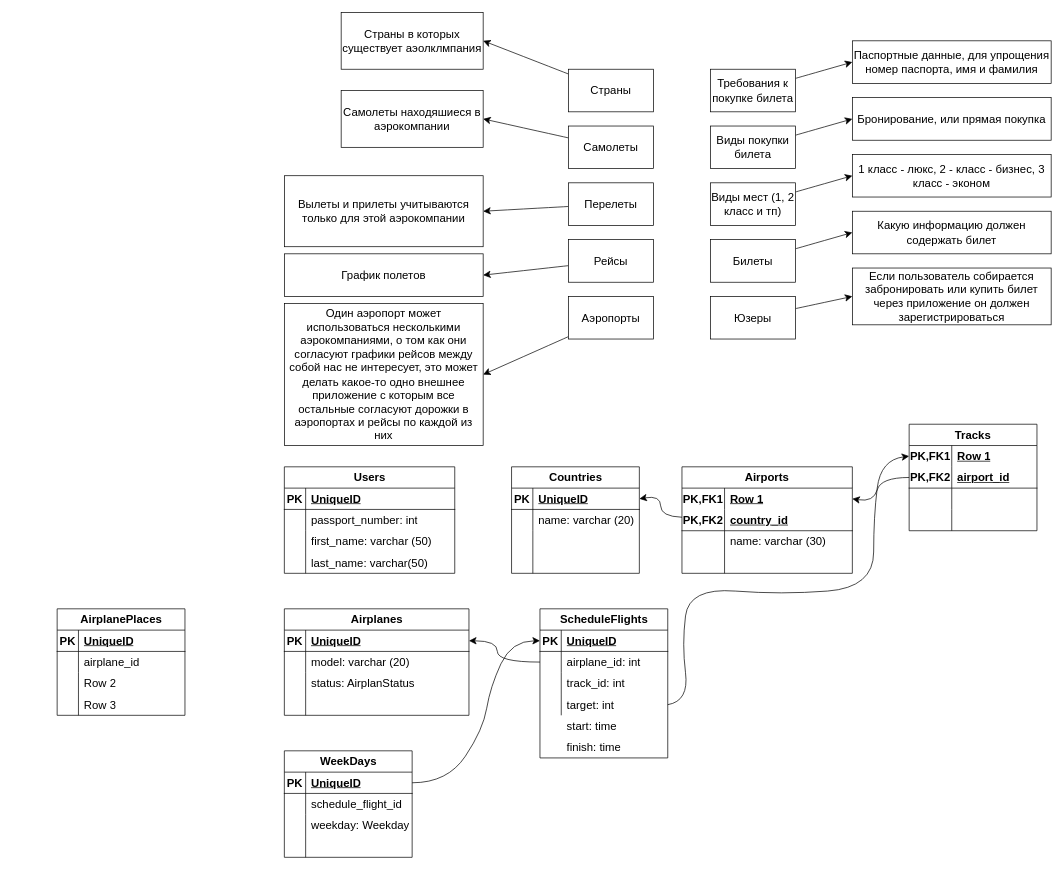
KmvRoman/Diagrams keeps this draw.io diagram as Aэрокомпания.drawio. Above is the earlier version. Source tidied: cells renumbered, new cells numbered last; positions are measured from the earlier drawing's top-left corner, leaving out a move shared by most shapes. Both pictures are drawn from the tidied source at 71%, with x=0, y=0 at pixel (57, 12).
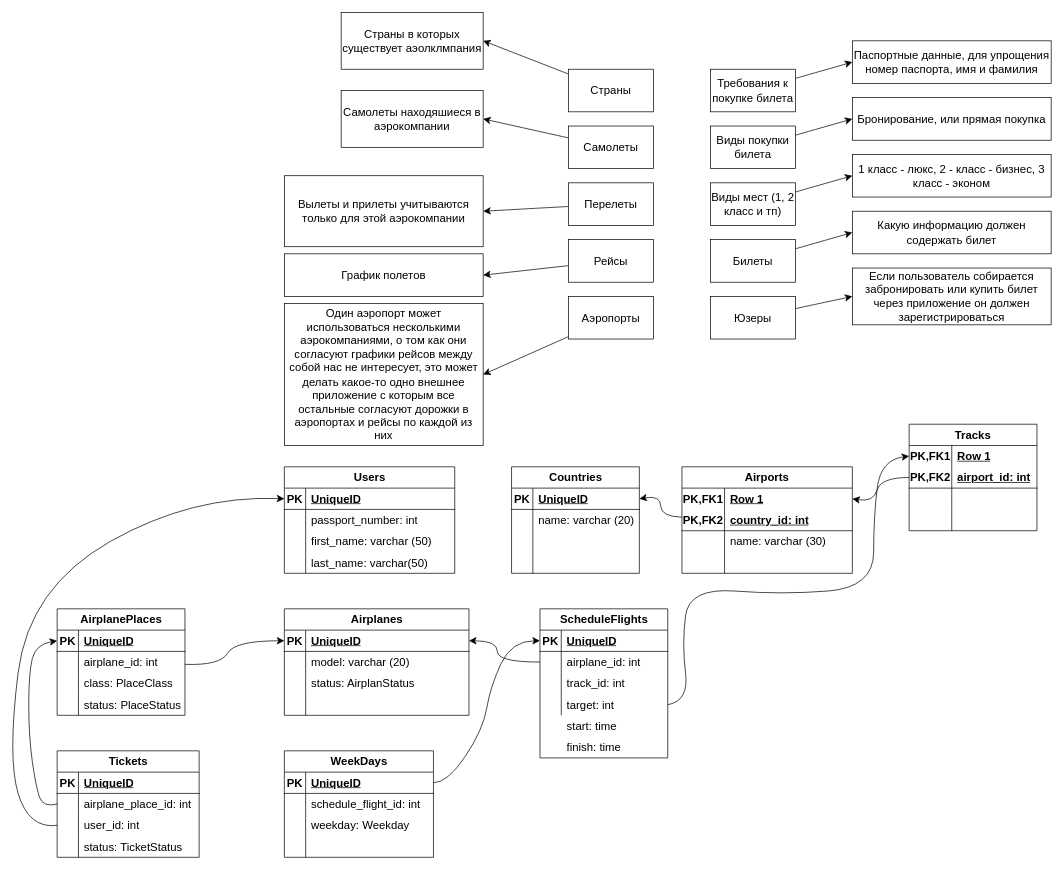
The same page after the edit.

Unchanged cells that the change refers to:
```xml
<mxCell id="29" style="shape=tableRow;horizontal=0;startSize=0;swimlaneHead=0;swimlaneBody=0;fillColor=none;points=[[0,0.5],[1,0.5]];portConstraint=eastwest;top=0;left=0;right=0;bottom=1;fontSize=16;" parent="28" vertex="1">
  <mxGeometry y="30" width="240" height="30" as="geometry" />
</mxCell>
<mxCell id="44" style="shape=tableRow;horizontal=0;startSize=0;swimlaneHead=0;swimlaneBody=0;fillColor=none;points=[[0,0.5],[1,0.5]];portConstraint=eastwest;top=0;left=0;right=0;bottom=1;fontSize=16;" parent="43" vertex="1">
  <mxGeometry y="30" width="260" height="30" as="geometry" />
</mxCell>
<mxCell id="75" style="shape=tableRow;horizontal=0;startSize=0;swimlaneHead=0;swimlaneBody=0;fillColor=none;top=0;left=0;right=0;bottom=1;html=1;fontSize=16;" parent="71" vertex="1">
  <mxGeometry y="60" width="240" height="30" as="geometry" />
</mxCell>
<mxCell id="89" style="shape=tableRow;horizontal=0;startSize=0;swimlaneHead=0;swimlaneBody=0;fillColor=none;top=0;left=0;right=0;bottom=1;html=1;fontSize=16;" parent="85" vertex="1">
  <mxGeometry y="60" width="180" height="30" as="geometry" />
</mxCell>
<mxCell id="131" style="shape=tableRow;horizontal=0;startSize=0;swimlaneHead=0;swimlaneBody=0;fillColor=none;points=[[0,0.5],[1,0.5]];portConstraint=eastwest;top=0;left=0;right=0;bottom=1;fontSize=16;" parent="130" vertex="1">
  <mxGeometry y="30" width="180" height="30" as="geometry" />
</mxCell>
<mxCell id="134" style="shape=tableRow;horizontal=0;startSize=0;swimlaneHead=0;swimlaneBody=0;fillColor=none;points=[[0,0.5],[1,0.5]];portConstraint=eastwest;top=0;left=0;right=0;bottom=0;fontSize=16;" parent="130" vertex="1">
  <mxGeometry y="60" width="180" height="30" as="geometry" />
</mxCell>
<mxCell id="137" style="shape=tableRow;horizontal=0;startSize=0;swimlaneHead=0;swimlaneBody=0;fillColor=none;top=0;left=0;right=0;bottom=0;fontSize=16;" parent="130" vertex="1">
  <mxGeometry y="90" width="180" height="30" as="geometry" />
</mxCell>
<mxCell id="140" style="shape=tableRow;horizontal=0;startSize=0;swimlaneHead=0;swimlaneBody=0;fillColor=none;top=0;left=0;right=0;bottom=0;fontSize=16;" parent="130" vertex="1">
  <mxGeometry y="120" width="180" height="30" as="geometry" />
</mxCell>
```

Diff of the diagram source:
```diff
@@
-    <mxCell id="77" value="country_id" style="shape=partialRectangle;fillColor=none;top=0;left=0;bottom=0;right=0;align=left;spacingLeft=6;fontStyle=5;overflow=hidden;html=1;whiteSpace=wrap;fontSize=16;" parent="75" vertex="1">
+    <mxCell id="77" value="country_id: int" style="shape=partialRectangle;fillColor=none;top=0;left=0;bottom=0;right=0;align=left;spacingLeft=6;fontStyle=5;overflow=hidden;html=1;whiteSpace=wrap;fontSize=16;" parent="75" vertex="1">
       <mxGeometry x="60" width="180" height="30" as="geometry" />
     </mxCell>
@@
-    <mxCell id="91" value="airport_id" style="shape=partialRectangle;fillColor=none;top=0;left=0;bottom=0;right=0;align=left;spacingLeft=6;fontStyle=5;overflow=hidden;html=1;whiteSpace=wrap;fontSize=16;" parent="89" vertex="1">
+    <mxCell id="91" value="airport_id: int" style="shape=partialRectangle;fillColor=none;top=0;left=0;bottom=0;right=0;align=left;spacingLeft=6;fontStyle=5;overflow=hidden;html=1;whiteSpace=wrap;fontSize=16;" parent="89" vertex="1">
       <mxGeometry x="60" width="120" height="30" as="geometry" />
     </mxCell>
@@
     <mxCell id="116" value="WeekDays" style="shape=table;startSize=30;childLayout=tableLayout;rowLines=0;fontStyle=1;align=center;html=1;fontSize=16;" parent="1" vertex="1">
-      <mxGeometry x="320" y="1040" width="180" height="150" as="geometry" />
+      <mxGeometry x="320" y="1040" width="210" height="150" as="geometry" />
     </mxCell>
     <mxCell id="117" style="shape=tableRow;horizontal=0;startSize=0;swimlaneHead=0;swimlaneBody=0;fillColor=none;points=[[0,0.5],[1,0.5]];portConstraint=eastwest;top=0;left=0;right=0;bottom=1;fontSize=16;" parent="116" vertex="1">
-      <mxGeometry y="30" width="180" height="30" as="geometry" />
+      <mxGeometry y="30" width="210" height="30" as="geometry" />
     </mxCell>
@@
     <mxCell id="119" value="UniqueID" style="shape=partialRectangle;fillColor=none;top=0;left=0;bottom=0;right=0;align=left;spacingLeft=6;fontStyle=5;overflow=hidden;whiteSpace=wrap;html=1;fontSize=16;" parent="117" vertex="1">
-      <mxGeometry x="30" width="150" height="30" as="geometry" />
+      <mxGeometry x="30" width="180" height="30" as="geometry" />
     </mxCell>
     <mxCell id="120" style="shape=tableRow;horizontal=0;startSize=0;swimlaneHead=0;swimlaneBody=0;fillColor=none;top=0;left=0;right=0;bottom=0;fontSize=16;" parent="116" vertex="1">
-      <mxGeometry y="60" width="180" height="30" as="geometry" />
+      <mxGeometry y="60" width="210" height="30" as="geometry" />
     </mxCell>
@@
-    <mxCell id="122" value="schedule_flight_id" style="shape=partialRectangle;fillColor=none;top=0;left=0;bottom=0;right=0;align=left;spacingLeft=6;overflow=hidden;whiteSpace=wrap;html=1;fontSize=16;" parent="120" vertex="1">
-      <mxGeometry x="30" width="150" height="30" as="geometry" />
+    <mxCell id="122" value="schedule_flight_id: int" style="shape=partialRectangle;fillColor=none;top=0;left=0;bottom=0;right=0;align=left;spacingLeft=6;overflow=hidden;whiteSpace=wrap;html=1;fontSize=16;" parent="120" vertex="1">
+      <mxGeometry x="30" width="180" height="30" as="geometry" />
     </mxCell>
     <mxCell id="123" style="shape=tableRow;horizontal=0;startSize=0;swimlaneHead=0;swimlaneBody=0;fillColor=none;top=0;left=0;right=0;bottom=0;fontSize=16;" parent="116" vertex="1">
-      <mxGeometry y="90" width="180" height="30" as="geometry" />
+      <mxGeometry y="90" width="210" height="30" as="geometry" />
     </mxCell>
@@
     <mxCell id="125" value="weekday: Weekday" style="shape=partialRectangle;fillColor=none;top=0;left=0;bottom=0;right=0;align=left;spacingLeft=6;overflow=hidden;whiteSpace=wrap;html=1;fontSize=16;" parent="123" vertex="1">
-      <mxGeometry x="30" width="150" height="30" as="geometry" />
+      <mxGeometry x="30" width="180" height="30" as="geometry" />
     </mxCell>
     <mxCell id="126" style="shape=tableRow;horizontal=0;startSize=0;swimlaneHead=0;swimlaneBody=0;fillColor=none;top=0;left=0;right=0;bottom=0;fontSize=16;" parent="116" vertex="1">
-      <mxGeometry y="120" width="180" height="30" as="geometry" />
+      <mxGeometry y="120" width="210" height="30" as="geometry" />
     </mxCell>
@@
     <mxCell id="128" style="shape=partialRectangle;fillColor=none;top=0;left=0;bottom=0;right=0;align=left;spacingLeft=6;overflow=hidden;whiteSpace=wrap;html=1;fontSize=16;" parent="126" vertex="1">
-      <mxGeometry x="30" width="150" height="30" as="geometry" />
+      <mxGeometry x="30" width="180" height="30" as="geometry" />
     </mxCell>
@@
-    <mxCell id="136" value="airplane_id" style="shape=partialRectangle;fillColor=none;top=0;left=0;bottom=0;right=0;align=left;spacingLeft=6;overflow=hidden;whiteSpace=wrap;html=1;fontSize=16;" parent="134" vertex="1">
+    <mxCell id="136" value="airplane_id: int" style="shape=partialRectangle;fillColor=none;top=0;left=0;bottom=0;right=0;align=left;spacingLeft=6;overflow=hidden;whiteSpace=wrap;html=1;fontSize=16;" parent="134" vertex="1">
       <mxGeometry x="30" width="150" height="30" as="geometry" />
     </mxCell>
@@
-    <mxCell id="139" value="Row 2" style="shape=partialRectangle;fillColor=none;top=0;left=0;bottom=0;right=0;align=left;spacingLeft=6;overflow=hidden;whiteSpace=wrap;html=1;fontSize=16;" parent="137" vertex="1">
+    <mxCell id="139" value="class: PlaceClass" style="shape=partialRectangle;fillColor=none;top=0;left=0;bottom=0;right=0;align=left;spacingLeft=6;overflow=hidden;whiteSpace=wrap;html=1;fontSize=16;" parent="137" vertex="1">
       <mxGeometry x="30" width="150" height="30" as="geometry" />
     </mxCell>
@@
-    <mxCell id="142" value="Row 3" style="shape=partialRectangle;fillColor=none;top=0;left=0;bottom=0;right=0;align=left;spacingLeft=6;overflow=hidden;whiteSpace=wrap;html=1;fontSize=16;" parent="140" vertex="1">
+    <mxCell id="142" style="shape=partialRectangle;fillColor=none;top=0;left=0;bottom=0;right=0;align=left;spacingLeft=6;overflow=hidden;whiteSpace=wrap;html=1;fontSize=16;" parent="140" vertex="1">
       <mxGeometry x="30" width="150" height="30" as="geometry" />
     </mxCell>
+    <mxCell id="143" style="edgeStyle=none;curved=1;rounded=0;jettySize=auto;html=1;entryX=0;entryY=0.5;entryDx=0;entryDy=0;fontSize=12;startSize=8;endSize=8;" parent="1" edge="1" source="134" target="44">
+      <mxGeometry relative="1" as="geometry">
+        <Array as="points">
+          <mxPoint x="230" y="920" />
+          <mxPoint x="250" y="885" />
+        </Array>
+      </mxGeometry>
+    </mxCell>
+    <mxCell id="144" value="Tickets" style="shape=table;startSize=30;childLayout=tableLayout;rowLines=0;fontStyle=1;align=center;html=1;fontSize=16;" parent="1" vertex="1">
+      <mxGeometry y="1040" width="200" height="150" as="geometry" />
+    </mxCell>
+    <mxCell id="145" style="shape=tableRow;horizontal=0;startSize=0;swimlaneHead=0;swimlaneBody=0;fillColor=none;top=0;left=0;right=0;bottom=1;fontSize=16;" parent="144" vertex="1">
+      <mxGeometry y="30" width="200" height="30" as="geometry" />
+    </mxCell>
+    <mxCell id="146" value="PK" style="shape=partialRectangle;fillColor=none;top=0;left=0;bottom=0;right=0;fontStyle=1;overflow=hidden;whiteSpace=wrap;html=1;fontSize=16;" parent="145" vertex="1">
+      <mxGeometry width="30" height="30" as="geometry" />
+    </mxCell>
+    <mxCell id="147" value="UniqueID" style="shape=partialRectangle;fillColor=none;top=0;left=0;bottom=0;right=0;align=left;spacingLeft=6;fontStyle=5;overflow=hidden;whiteSpace=wrap;html=1;fontSize=16;" parent="145" vertex="1">
+      <mxGeometry x="30" width="170" height="30" as="geometry" />
+    </mxCell>
+    <mxCell id="148" style="shape=tableRow;horizontal=0;startSize=0;swimlaneHead=0;swimlaneBody=0;fillColor=none;points=[[0,0.5],[1,0.5]];portConstraint=eastwest;top=0;left=0;right=0;bottom=0;fontSize=16;" parent="144" vertex="1">
+      <mxGeometry y="60" width="200" height="30" as="geometry" />
+    </mxCell>
+    <mxCell id="149" style="shape=partialRectangle;fillColor=none;top=0;left=0;bottom=0;right=0;overflow=hidden;whiteSpace=wrap;html=1;fontSize=16;" parent="148" vertex="1">
+      <mxGeometry width="30" height="30" as="geometry" />
+    </mxCell>
+    <mxCell id="150" value="airplane_place_id: int" style="shape=partialRectangle;fillColor=none;top=0;left=0;bottom=0;right=0;align=left;spacingLeft=6;overflow=hidden;whiteSpace=wrap;html=1;fontSize=16;" parent="148" vertex="1">
+      <mxGeometry x="30" width="170" height="30" as="geometry" />
+    </mxCell>
+    <mxCell id="151" style="shape=tableRow;horizontal=0;startSize=0;swimlaneHead=0;swimlaneBody=0;fillColor=none;points=[[0,0.5],[1,0.5]];portConstraint=eastwest;top=0;left=0;right=0;bottom=0;fontSize=16;" parent="144" vertex="1">
+      <mxGeometry y="90" width="200" height="30" as="geometry" />
+    </mxCell>
+    <mxCell id="152" style="shape=partialRectangle;fillColor=none;top=0;left=0;bottom=0;right=0;overflow=hidden;whiteSpace=wrap;html=1;fontSize=16;" parent="151" vertex="1">
+      <mxGeometry width="30" height="30" as="geometry" />
+    </mxCell>
+    <mxCell id="153" value="user_id: int" style="shape=partialRectangle;fillColor=none;top=0;left=0;bottom=0;right=0;align=left;spacingLeft=6;overflow=hidden;whiteSpace=wrap;html=1;fontSize=16;" parent="151" vertex="1">
+      <mxGeometry x="30" width="170" height="30" as="geometry" />
+    </mxCell>
+    <mxCell id="154" style="shape=tableRow;horizontal=0;startSize=0;swimlaneHead=0;swimlaneBody=0;fillColor=none;top=0;left=0;right=0;bottom=0;fontSize=16;" parent="144" vertex="1">
+      <mxGeometry y="120" width="200" height="30" as="geometry" />
+    </mxCell>
+    <mxCell id="155" style="shape=partialRectangle;fillColor=none;top=0;left=0;bottom=0;right=0;overflow=hidden;whiteSpace=wrap;html=1;fontSize=16;" parent="154" vertex="1">
+      <mxGeometry width="30" height="30" as="geometry" />
+    </mxCell>
+    <mxCell id="156" value="status: TicketStatus" style="shape=partialRectangle;fillColor=none;top=0;left=0;bottom=0;right=0;align=left;spacingLeft=6;overflow=hidden;whiteSpace=wrap;html=1;fontSize=16;" parent="154" vertex="1">
+      <mxGeometry x="30" width="170" height="30" as="geometry" />
+    </mxCell>
+    <mxCell id="157" style="edgeStyle=none;curved=1;rounded=0;jettySize=auto;html=1;entryX=0;entryY=0.5;entryDx=0;entryDy=0;fontSize=12;startSize=8;endSize=8;exitX=0;exitY=0.5;exitDx=0;exitDy=0;" parent="1" edge="1" source="148" target="131">
+      <mxGeometry relative="1" as="geometry">
+        <Array as="points">
+          <mxPoint x="-20" y="1120" />
+          <mxPoint x="-30" y="1090" />
+          <mxPoint x="-40" y="1020" />
+          <mxPoint x="-40" y="930" />
+          <mxPoint x="-30" y="890" />
+        </Array>
+      </mxGeometry>
+    </mxCell>
+    <mxCell id="158" style="edgeStyle=none;curved=1;rounded=0;jettySize=auto;html=1;entryX=0;entryY=0.5;entryDx=0;entryDy=0;fontSize=12;startSize=8;endSize=8;exitX=0;exitY=0.5;exitDx=0;exitDy=0;" parent="1" edge="1" source="151" target="29">
+      <mxGeometry relative="1" as="geometry">
+        <Array as="points">
+          <mxPoint x="-40" y="1150" />
+          <mxPoint x="-70" y="1050" />
+          <mxPoint x="-40" y="810" />
+          <mxPoint x="190" y="680" />
+        </Array>
+      </mxGeometry>
+    </mxCell>
+    <mxCell id="159" value="status: PlaceStatus" style="shape=partialRectangle;fillColor=none;top=0;left=0;bottom=0;right=0;align=left;spacingLeft=6;overflow=hidden;whiteSpace=wrap;html=1;fontSize=16;" parent="1" vertex="1">
+      <mxGeometry x="30" y="960" width="150" height="30" as="geometry" />
+    </mxCell>
```
